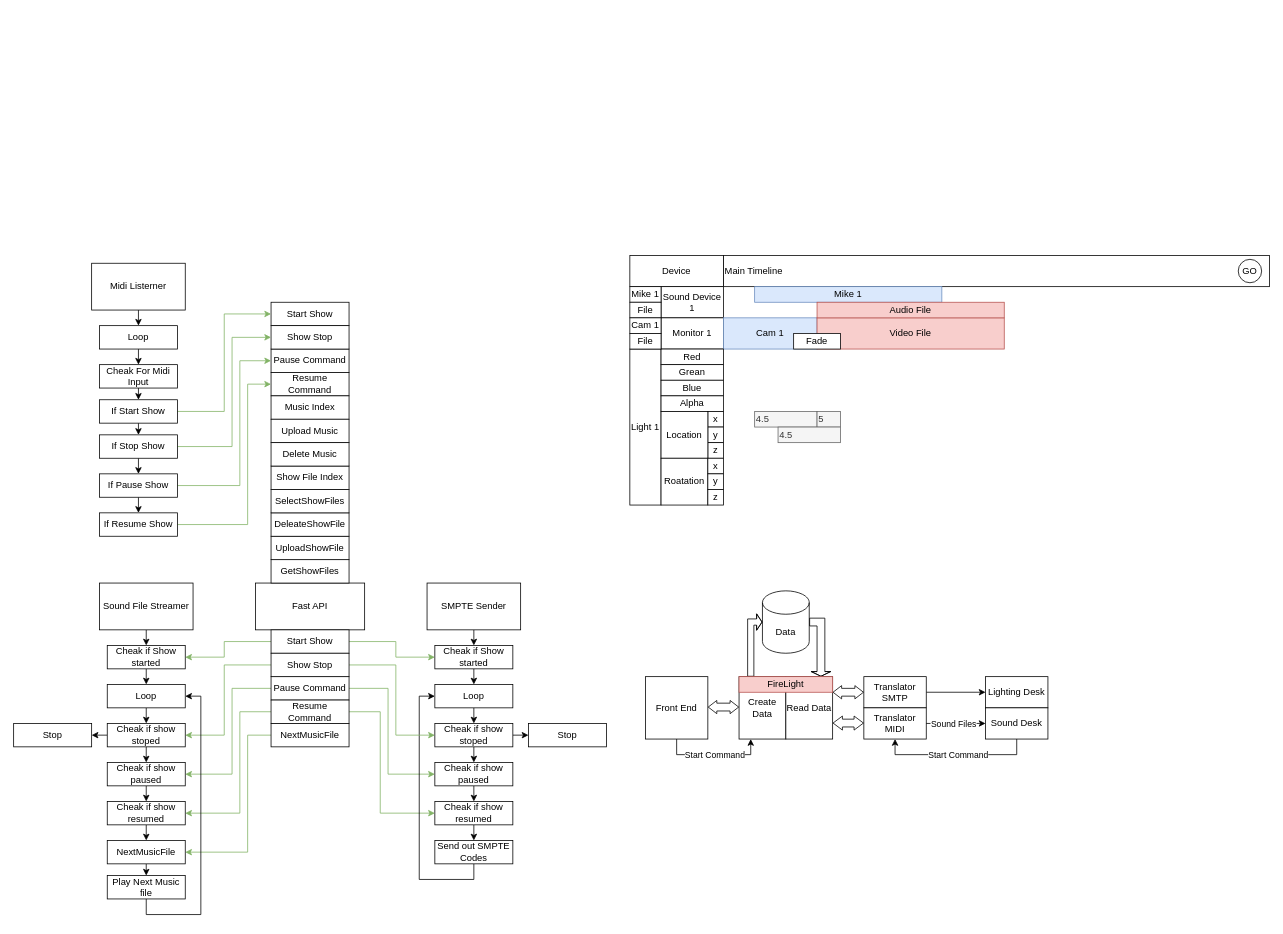
Earlier version of the draw.io diagram Mood Board.drawio (Firelight-Stage-Systems/Firelight-Stage-Systems). Source tidied: cells renumbered, new cells numbered last; positions are measured from the earlier drawing's top-left corner, leaving out a move shared by most shapes. Both pictures are drawn from the tidied source at 78%, with x=0, y=0 at pixel (13, 255).
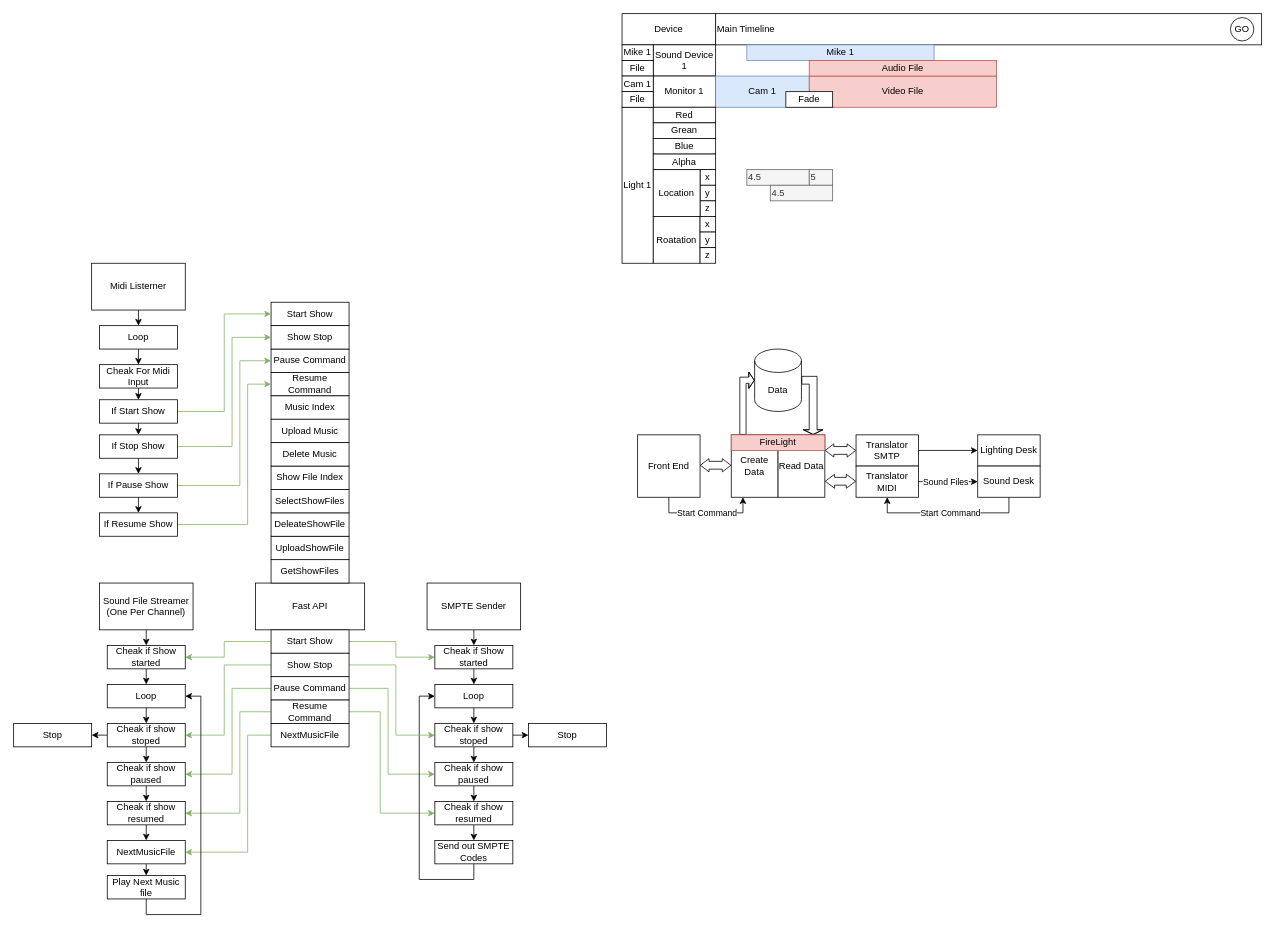
After the change.

Diff of the diagram source:
```diff
@@
     <mxCell id="2" value="&lt;div&gt;Main Timeline&lt;br&gt;&lt;/div&gt;" style="rounded=0;whiteSpace=wrap;html=1;align=left;" parent="1" vertex="1">
-      <mxGeometry x="910" width="700" height="40" as="geometry" />
+      <mxGeometry x="900" y="-310" width="700" height="40" as="geometry" />
     </mxCell>
     <mxCell id="3" value="Mike 1" style="rounded=0;whiteSpace=wrap;html=1;fillColor=#dae8fc;strokeColor=#6c8ebf;" parent="1" vertex="1">
-      <mxGeometry x="950" y="40" width="240" height="20" as="geometry" />
+      <mxGeometry x="940" y="-270" width="240" height="20" as="geometry" />
     </mxCell>
     <mxCell id="4" value="&lt;div&gt;Device&lt;/div&gt;" style="rounded=0;whiteSpace=wrap;html=1;" parent="1" vertex="1">
-      <mxGeometry x="790" width="120" height="40" as="geometry" />
+      <mxGeometry x="780" y="-310" width="120" height="40" as="geometry" />
     </mxCell>
     <mxCell id="5" value="Sound Device 1" style="rounded=0;whiteSpace=wrap;html=1;align=center;" parent="1" vertex="1">
-      <mxGeometry x="830" y="40" width="80" height="40" as="geometry" />
+      <mxGeometry x="820" y="-270" width="80" height="40" as="geometry" />
     </mxCell>
     <mxCell id="6" value="Monitor 1" style="rounded=0;whiteSpace=wrap;html=1;align=center;" parent="1" vertex="1">
-      <mxGeometry x="830" y="80" width="80" height="40" as="geometry" />
+      <mxGeometry x="820" y="-230" width="80" height="40" as="geometry" />
     </mxCell>
     <mxCell id="7" value="Cam 1" style="rounded=0;whiteSpace=wrap;html=1;fillColor=#dae8fc;strokeColor=#6c8ebf;" parent="1" vertex="1">
-      <mxGeometry x="910" y="80" width="120" height="40" as="geometry" />
+      <mxGeometry x="900" y="-230" width="120" height="40" as="geometry" />
     </mxCell>
     <mxCell id="8" value="Light 1" style="rounded=0;whiteSpace=wrap;html=1;" parent="1" vertex="1">
-      <mxGeometry x="790" y="120" width="40" height="200" as="geometry" />
+      <mxGeometry x="780" y="-190" width="40" height="200" as="geometry" />
     </mxCell>
     <mxCell id="9" value="&lt;div&gt;Red&lt;/div&gt;" style="rounded=0;whiteSpace=wrap;html=1;" parent="1" vertex="1">
-      <mxGeometry x="830" y="120" width="80" height="20" as="geometry" />
+      <mxGeometry x="820" y="-190" width="80" height="20" as="geometry" />
     </mxCell>
     <mxCell id="10" value="Grean" style="rounded=0;whiteSpace=wrap;html=1;" parent="1" vertex="1">
-      <mxGeometry x="830" y="140" width="80" height="20" as="geometry" />
+      <mxGeometry x="820" y="-170" width="80" height="20" as="geometry" />
     </mxCell>
     <mxCell id="11" value="Blue" style="rounded=0;whiteSpace=wrap;html=1;" parent="1" vertex="1">
-      <mxGeometry x="830" y="160" width="80" height="20" as="geometry" />
+      <mxGeometry x="820" y="-150" width="80" height="20" as="geometry" />
     </mxCell>
     <mxCell id="12" value="Alpha" style="rounded=0;whiteSpace=wrap;html=1;" parent="1" vertex="1">
-      <mxGeometry x="830" y="180" width="80" height="20" as="geometry" />
+      <mxGeometry x="820" y="-130" width="80" height="20" as="geometry" />
     </mxCell>
     <mxCell id="13" value="&lt;div&gt;x&lt;/div&gt;" style="rounded=0;whiteSpace=wrap;html=1;" parent="1" vertex="1">
-      <mxGeometry x="890" y="200" width="20" height="20" as="geometry" />
+      <mxGeometry x="880" y="-110" width="20" height="20" as="geometry" />
     </mxCell>
     <mxCell id="14" value="y" style="rounded=0;whiteSpace=wrap;html=1;" parent="1" vertex="1">
-      <mxGeometry x="890" y="220" width="20" height="20" as="geometry" />
+      <mxGeometry x="880" y="-90" width="20" height="20" as="geometry" />
     </mxCell>
     <mxCell id="15" value="z" style="rounded=0;whiteSpace=wrap;html=1;" parent="1" vertex="1">
-      <mxGeometry x="890" y="240" width="20" height="20" as="geometry" />
+      <mxGeometry x="880" y="-70" width="20" height="20" as="geometry" />
     </mxCell>
     <mxCell id="16" value="Location" style="rounded=0;whiteSpace=wrap;html=1;" parent="1" vertex="1">
-      <mxGeometry x="830" y="200" width="60" height="60" as="geometry" />
+      <mxGeometry x="820" y="-110" width="60" height="60" as="geometry" />
     </mxCell>
     <mxCell id="17" value="Roatation" style="rounded=0;whiteSpace=wrap;html=1;" parent="1" vertex="1">
-      <mxGeometry x="830" y="260" width="60" height="60" as="geometry" />
+      <mxGeometry x="820" y="-50" width="60" height="60" as="geometry" />
     </mxCell>
     <mxCell id="18" value="&lt;div&gt;x&lt;/div&gt;" style="rounded=0;whiteSpace=wrap;html=1;" parent="1" vertex="1">
-      <mxGeometry x="890" y="260" width="20" height="20" as="geometry" />
+      <mxGeometry x="880" y="-50" width="20" height="20" as="geometry" />
     </mxCell>
     <mxCell id="19" value="y" style="rounded=0;whiteSpace=wrap;html=1;" parent="1" vertex="1">
-      <mxGeometry x="890" y="280" width="20" height="20" as="geometry" />
+      <mxGeometry x="880" y="-30" width="20" height="20" as="geometry" />
     </mxCell>
     <mxCell id="20" value="z" style="rounded=0;whiteSpace=wrap;html=1;" parent="1" vertex="1">
-      <mxGeometry x="890" y="300" width="20" height="20" as="geometry" />
+      <mxGeometry x="880" y="-10" width="20" height="20" as="geometry" />
     </mxCell>
     <mxCell id="21" value="&lt;div align=&quot;left&quot;&gt;4.5&lt;/div&gt;" style="rounded=0;whiteSpace=wrap;html=1;labelBorderColor=none;align=left;fillColor=#f5f5f5;fontColor=#333333;strokeColor=#666666;" parent="1" vertex="1">
-      <mxGeometry x="950" y="200" width="80" height="20" as="geometry" />
+      <mxGeometry x="940" y="-110" width="80" height="20" as="geometry" />
     </mxCell>
     <mxCell id="22" value="5" style="rounded=0;whiteSpace=wrap;html=1;labelBorderColor=none;align=left;fillColor=#f5f5f5;fontColor=#333333;strokeColor=#666666;" parent="1" vertex="1">
-      <mxGeometry x="1030" y="200" width="30" height="20" as="geometry" />
+      <mxGeometry x="1020" y="-110" width="30" height="20" as="geometry" />
     </mxCell>
     <mxCell id="23" value="&lt;div align=&quot;left&quot;&gt;4.5&lt;/div&gt;" style="rounded=0;whiteSpace=wrap;html=1;labelBorderColor=none;align=left;fillColor=#f5f5f5;fontColor=#333333;strokeColor=#666666;" parent="1" vertex="1">
-      <mxGeometry x="980" y="220" width="80" height="20" as="geometry" />
+      <mxGeometry x="970" y="-90" width="80" height="20" as="geometry" />
     </mxCell>
     <mxCell id="24" value="GO" style="ellipse;whiteSpace=wrap;html=1;labelBorderColor=none;" parent="1" vertex="1">
-      <mxGeometry x="1570" y="5" width="30" height="30" as="geometry" />
+      <mxGeometry x="1560" y="-305" width="30" height="30" as="geometry" />
     </mxCell>
     <mxCell id="25" value="Mike 1" style="rounded=0;whiteSpace=wrap;html=1;" parent="1" vertex="1">
-      <mxGeometry x="790" y="40" width="40" height="20" as="geometry" />
+      <mxGeometry x="780" y="-270" width="40" height="20" as="geometry" />
     </mxCell>
     <mxCell id="26" value="File" style="rounded=0;whiteSpace=wrap;html=1;" parent="1" vertex="1">
-      <mxGeometry x="790" y="60" width="40" height="20" as="geometry" />
+      <mxGeometry x="780" y="-250" width="40" height="20" as="geometry" />
     </mxCell>
     <mxCell id="27" value="Cam 1" style="rounded=0;whiteSpace=wrap;html=1;" parent="1" vertex="1">
-      <mxGeometry x="790" y="80" width="40" height="20" as="geometry" />
+      <mxGeometry x="780" y="-230" width="40" height="20" as="geometry" />
     </mxCell>
     <mxCell id="28" value="File" style="rounded=0;whiteSpace=wrap;html=1;labelBorderColor=none;" parent="1" vertex="1">
-      <mxGeometry x="790" y="100" width="40" height="20" as="geometry" />
+      <mxGeometry x="780" y="-210" width="40" height="20" as="geometry" />
     </mxCell>
     <mxCell id="29" value="Video File" style="rounded=0;whiteSpace=wrap;html=1;fillColor=#f8cecc;strokeColor=#b85450;" parent="1" vertex="1">
-      <mxGeometry x="1030" y="80" width="240" height="40" as="geometry" />
+      <mxGeometry x="1020" y="-230" width="240" height="40" as="geometry" />
     </mxCell>
     <mxCell id="30" value="Audio File" style="rounded=0;whiteSpace=wrap;html=1;fillColor=#f8cecc;strokeColor=#b85450;" parent="1" vertex="1">
-      <mxGeometry x="1030" y="60" width="240" height="20" as="geometry" />
+      <mxGeometry x="1020" y="-250" width="240" height="20" as="geometry" />
     </mxCell>
     <mxCell id="31" value="Fade" style="rounded=0;whiteSpace=wrap;html=1;labelBorderColor=none;" parent="1" vertex="1">
-      <mxGeometry x="1000" y="100" width="60" height="20" as="geometry" />
+      <mxGeometry x="990" y="-210" width="60" height="20" as="geometry" />
     </mxCell>
     <mxCell id="32" value="Front End" style="rounded=0;whiteSpace=wrap;html=1;" parent="1" vertex="1">
-      <mxGeometry x="810" y="540" width="80" height="80" as="geometry" />
+      <mxGeometry x="800" y="230" width="80" height="80" as="geometry" />
     </mxCell>
     <mxCell id="33" value="Data" style="shape=cylinder3;whiteSpace=wrap;html=1;boundedLbl=1;backgroundOutline=1;size=15;" parent="1" vertex="1">
-      <mxGeometry x="960" y="430" width="60" height="80" as="geometry" />
+      <mxGeometry x="950" y="120" width="60" height="80" as="geometry" />
     </mxCell>
@@
     <mxCell id="35" value="&lt;div&gt;Translator&lt;/div&gt;&lt;div&gt;SMTP&lt;br&gt;&lt;/div&gt;" style="rounded=0;whiteSpace=wrap;html=1;" parent="1" vertex="1">
-      <mxGeometry x="1090" y="540" width="80" height="40" as="geometry" />
+      <mxGeometry x="1080" y="230" width="80" height="40" as="geometry" />
     </mxCell>
     <mxCell id="36" value="&lt;div&gt;Translator&lt;/div&gt;&lt;div&gt;MIDI&lt;br&gt;&lt;/div&gt;" style="rounded=0;whiteSpace=wrap;html=1;" parent="1" vertex="1">
-      <mxGeometry x="1090" y="580" width="80" height="40" as="geometry" />
+      <mxGeometry x="1080" y="270" width="80" height="40" as="geometry" />
     </mxCell>
     <mxCell id="37" style="shape=flexArrow;endArrow=classic;startArrow=classic;html=1;rounded=0;exitX=1;exitY=0.25;exitDx=0;exitDy=0;entryX=0;entryY=0.5;entryDx=0;entryDy=0;endWidth=6;endSize=3.33;startWidth=6;startSize=3.33;" parent="1" edge="1" target="35">
       <mxGeometry relative="1" as="geometry">
-        <mxPoint x="1050" y="560" as="sourcePoint" />
+        <mxPoint x="1040" y="250" as="sourcePoint" />
       </mxGeometry>
     </mxCell>
     <mxCell id="38" style="shape=flexArrow;endArrow=classic;startArrow=classic;html=1;rounded=0;exitX=1;exitY=0.25;exitDx=0;exitDy=0;entryX=0;entryY=0.5;entryDx=0;entryDy=0;endWidth=7;endSize=3.67;startWidth=7;startSize=3.67;" parent="1" edge="1">
       <mxGeometry relative="1" as="geometry">
-        <mxPoint x="1050" y="599.5" as="sourcePoint" />
-        <mxPoint x="1090" y="599.5" as="targetPoint" />
+        <mxPoint x="1040" y="289.5" as="sourcePoint" />
+        <mxPoint x="1080" y="289.5" as="targetPoint" />
       </mxGeometry>
     </mxCell>
     <mxCell id="39" style="shape=flexArrow;endArrow=classic;startArrow=classic;html=1;rounded=0;exitX=1;exitY=0.25;exitDx=0;exitDy=0;entryX=0;entryY=0.5;entryDx=0;entryDy=0;endWidth=6;endSize=3.33;startWidth=6;startSize=3.33;" parent="1" edge="1">
       <mxGeometry relative="1" as="geometry">
-        <mxPoint x="890" y="579" as="sourcePoint" />
-        <mxPoint x="930" y="579" as="targetPoint" />
+        <mxPoint x="880" y="269" as="sourcePoint" />
+        <mxPoint x="920" y="269" as="targetPoint" />
       </mxGeometry>
     </mxCell>
     <mxCell id="40" value="Lighting Desk" style="rounded=0;whiteSpace=wrap;html=1;" parent="1" vertex="1">
-      <mxGeometry x="1246" y="540" width="80" height="40" as="geometry" />
+      <mxGeometry x="1236" y="230" width="80" height="40" as="geometry" />
     </mxCell>
     <mxCell id="41" value="Sound Desk" style="rounded=0;whiteSpace=wrap;html=1;" parent="1" vertex="1">
-      <mxGeometry x="1246" y="580" width="80" height="40" as="geometry" />
+      <mxGeometry x="1236" y="270" width="80" height="40" as="geometry" />
     </mxCell>
@@
     <mxCell id="44" style="endArrow=classic;html=1;rounded=0;exitX=0.5;exitY=1;exitDx=0;exitDy=0;entryX=0.5;entryY=1;entryDx=0;entryDy=0;" parent="1" edge="1" source="32">
       <mxGeometry relative="1" as="geometry">
-        <mxPoint x="945" y="620" as="targetPoint" />
+        <mxPoint x="935" y="310" as="targetPoint" />
         <Array as="points">
-          <mxPoint x="850" y="640" />
-          <mxPoint x="945" y="640" />
+          <mxPoint x="840" y="330" />
+          <mxPoint x="935" y="330" />
         </Array>
       </mxGeometry>
     </mxCell>
@@
     <mxCell id="46" value="Create Data" style="rounded=0;whiteSpace=wrap;html=1;" parent="1" vertex="1">
-      <mxGeometry x="930" y="540" width="60" height="80" as="geometry" />
+      <mxGeometry x="920" y="230" width="60" height="80" as="geometry" />
     </mxCell>
     <mxCell id="47" value="Read Data" style="rounded=0;whiteSpace=wrap;html=1;" parent="1" vertex="1">
-      <mxGeometry x="990" y="540" width="60" height="80" as="geometry" />
+      <mxGeometry x="980" y="230" width="60" height="80" as="geometry" />
     </mxCell>
     <mxCell id="48" style="shape=flexArrow;endArrow=classic;html=1;rounded=0;exitX=0.25;exitY=0;exitDx=0;exitDy=0;entryX=0;entryY=0.5;entryDx=0;entryDy=0;entryPerimeter=0;endWidth=12;endSize=2;width=8;" parent="1" edge="1" source="46" target="33">
       <mxGeometry relative="1" as="geometry">
         <Array as="points">
-          <mxPoint x="945" y="470" />
+          <mxPoint x="935" y="160" />
         </Array>
       </mxGeometry>
     </mxCell>
     <mxCell id="49" style="shape=flexArrow;endArrow=classic;html=1;rounded=0;entryX=0.75;entryY=0;entryDx=0;entryDy=0;endWidth=14;endSize=1.67;width=10;exitX=1;exitY=0.5;exitDx=0;exitDy=0;exitPerimeter=0;" parent="1" edge="1" source="33" target="47">
       <mxGeometry relative="1" as="geometry">
         <Array as="points">
-          <mxPoint x="1035" y="470" />
+          <mxPoint x="1025" y="160" />
         </Array>
       </mxGeometry>
     </mxCell>
     <mxCell id="50" value="FireLight" style="rounded=0;whiteSpace=wrap;html=1;fillColor=#f8cecc;strokeColor=#b85450;" parent="1" vertex="1">
-      <mxGeometry x="930" y="540" width="120" height="20" as="geometry" />
+      <mxGeometry x="920" y="230" width="120" height="20" as="geometry" />
     </mxCell>
@@
-    <mxCell id="85" value="Sound File Streamer" style="rounded=0;whiteSpace=wrap;html=1;" parent="1" vertex="1">
+    <mxCell id="85" value="&lt;div&gt;Sound File Streamer&lt;br&gt;&lt;/div&gt;(One Per Channel)" style="rounded=0;whiteSpace=wrap;html=1;" parent="1" vertex="1">
       <mxGeometry x="110" y="420" width="120" height="60" as="geometry" />
     </mxCell>
```
